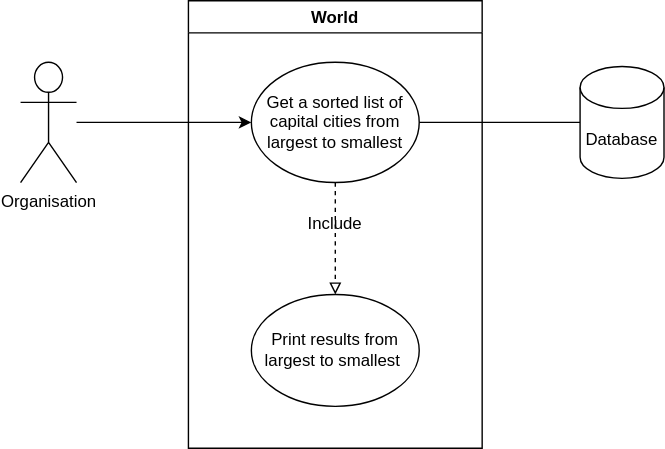
Above: use-cases/Capital diagram.svg in RoryM18/sem_group20 (draw.io), before the change. Source tidied: cells renumbered, new cells last; positions are measured from the earlier drawing's top-left corner, leaving out a move shared by most shapes.
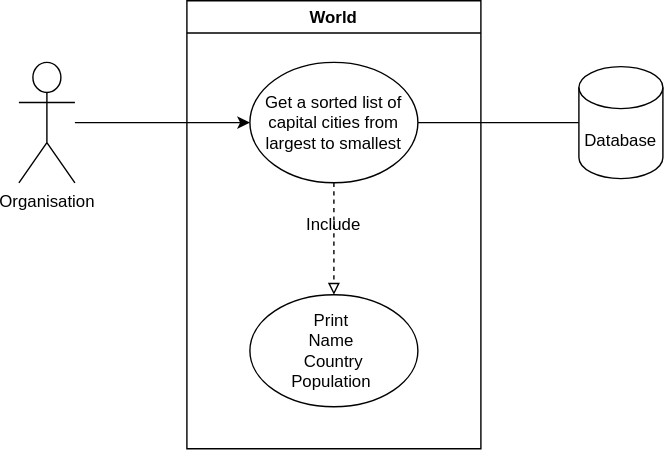
Above is the later version.

Change to the diagram source:
```diff
@@ -11,7 +11,7 @@
     <mxCell id="4" value="Get a sorted list of capital cities from largest to smallest" style="ellipse;whiteSpace=wrap;html=1;" parent="2" vertex="1">
       <mxGeometry x="45" y="44" width="120" height="86" as="geometry" />
     </mxCell>
-    <mxCell id="5" value="Print results from largest to smallest&amp;nbsp;" style="ellipse;whiteSpace=wrap;html=1;" parent="2" vertex="1">
+    <mxCell id="5" value="Print&amp;nbsp;&lt;br&gt;Name&amp;nbsp;&lt;br&gt;Country&lt;br&gt;Population&amp;nbsp;" style="ellipse;whiteSpace=wrap;html=1;" parent="2" vertex="1">
       <mxGeometry x="45" y="210" width="120" height="80" as="geometry" />
     </mxCell>
     <mxCell id="6" value="Include" style="text;html=1;strokeColor=none;fillColor=none;align=center;verticalAlign=middle;whiteSpace=wrap;rounded=0;" parent="2" vertex="1">
```
